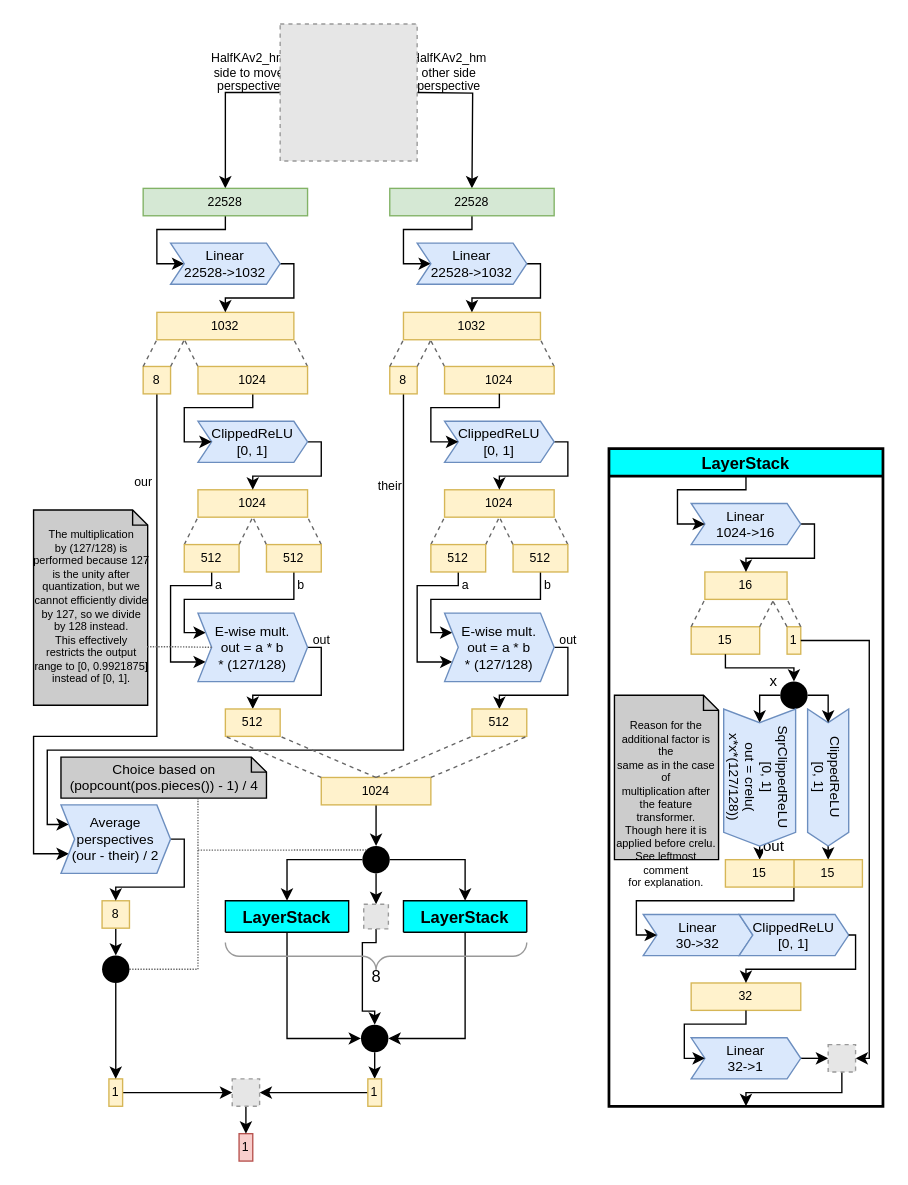
official-stockfish/nnue-pytorch keeps this draw.io diagram as docs/img/SFNNv5_architecture.drawio. Above is the earlier version. Source tidied: cells renumbered, new cells numbered last; positions are measured from the earlier drawing's top-left corner, leaving out a move shared by most shapes. Both pictures are drawn from the tidied source at 137%, with x=0, y=0 at pixel (29, 23). Pictures stored in the file or linked from it are replaced by grey dashed boxes.
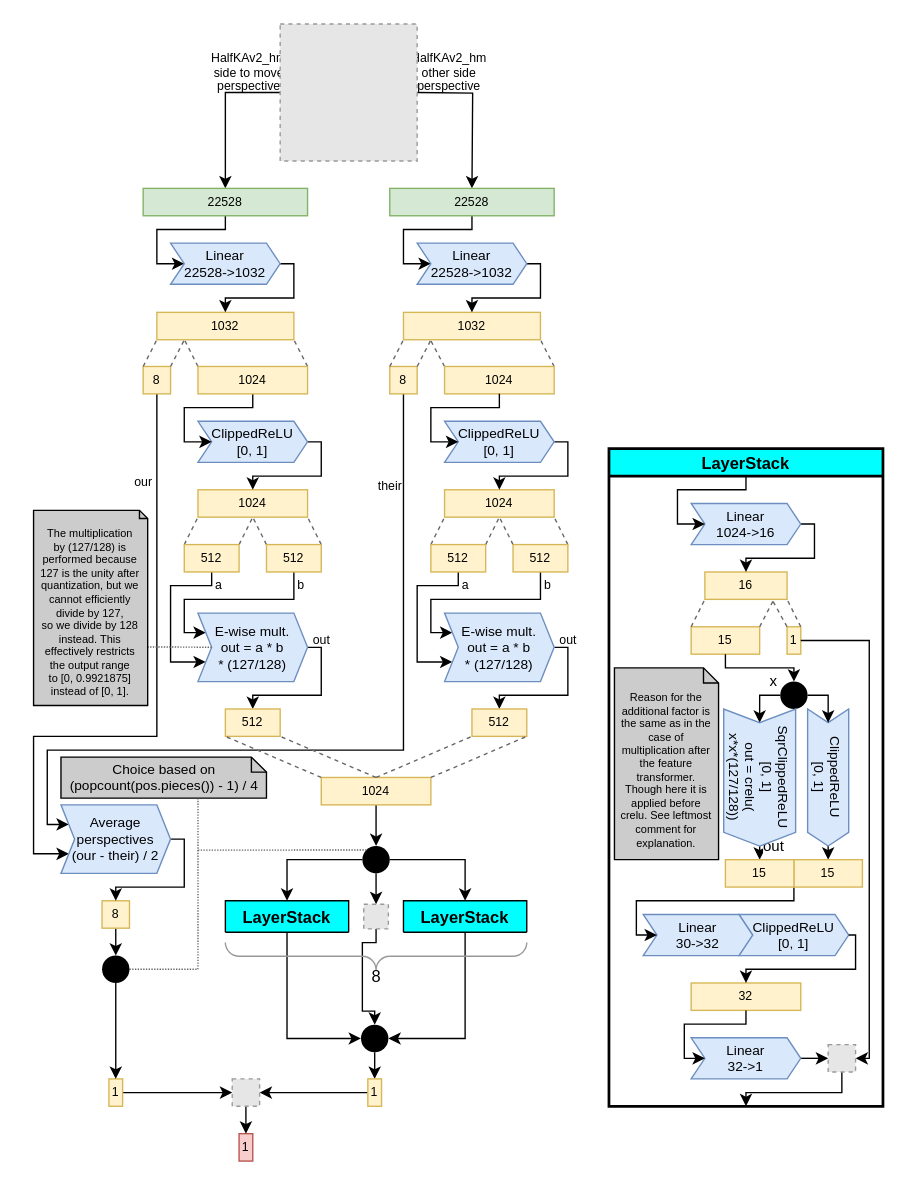
After the change.

Unchanged cells that the change refers to:
```xml
<mxCell id="100" value="LayerStack" style="swimlane;rounded=0;shadow=0;glass=0;sketch=0;fontSize=12;gradientColor=none;align=center;labelBackgroundColor=none;labelBorderColor=none;fillColor=#00FFFF;startSize=20;strokeWidth=2;" parent="1" vertex="1">
  <mxGeometry x="423" y="310" width="200" height="480" as="geometry" />
</mxCell>
```

Change to the diagram source:
```diff
@@
-    <mxCell id="50" style="group;imageAspect=1;labelBorderColor=none;labelBackgroundColor=none;fontFamily=Verdana;fontStyle=0;" parent="1" vertex="1">
+    <mxCell id="50" style="group;imageAspect=1;labelBorderColor=none;labelBackgroundColor=none;fontFamily=Verdana;fontStyle=0;fontSize=12;" parent="1" vertex="1">
       <mxGeometry x="23" y="532" width="180" height="40" as="geometry" />
     </mxCell>
@@
-    <mxCell id="77" style="group;imageAspect=1;labelBorderColor=none;labelBackgroundColor=none;fontFamily=Verdana;fontStyle=0;" parent="1" vertex="1">
-      <mxGeometry x="3" y="340" width="157.2" height="190" as="geometry" />
-    </mxCell>
-    <mxCell id="78" style="shape=note2;boundedLbl=1;whiteSpace=wrap;html=1;size=11;verticalAlign=top;align=center;rounded=0;shadow=0;glass=0;labelBackgroundColor=none;sketch=0;fontSize=8;fillColor=#CCCCCC;gradientColor=none;" parent="77" vertex="1">
-      <mxGeometry y="14.8" width="83.3" height="142.5" as="geometry" />
-    </mxCell>
-    <mxCell id="79" value="&lt;div&gt;The multiplication &lt;br&gt;&lt;/div&gt;&lt;div&gt;by (127/128) is &lt;br&gt;&lt;/div&gt;&lt;div&gt;performed because 127&lt;/div&gt;&lt;div&gt;is the unity after&lt;/div&gt;&lt;div&gt;quantization, but we&lt;/div&gt;&lt;div&gt;cannot efficiently divide &lt;br&gt;&lt;/div&gt;&lt;div&gt;by 127, so we divide &lt;br&gt;&lt;/div&gt;&lt;div&gt;by 128 instead.&lt;/div&gt;&lt;div&gt;This effectively &lt;br&gt;&lt;/div&gt;&lt;div&gt;restricts the output &lt;br&gt;&lt;/div&gt;&lt;div&gt;range to [0, 0.9921875] &lt;br&gt;&lt;/div&gt;&lt;div&gt;instead of [0, 1].&lt;br&gt;&lt;/div&gt;" style="text;html=1;align=center;verticalAlign=middle;strokeColor=none;fontSize=8;fontFamily=Helvetica;" parent="77" vertex="1">
-      <mxGeometry x="-3.3" y="21.1" width="90" height="130" as="geometry" />
-    </mxCell>
@@
-    <mxCell id="131" value="Reason for the &lt;br&gt;&lt;div&gt;additional factor is the &lt;br&gt;same as in the case of &lt;br&gt;&lt;/div&gt;&lt;div&gt;multiplication after &lt;br&gt;&lt;/div&gt;&lt;div&gt;the feature transformer. &lt;br&gt;Though here it is applied before crelu.&lt;br&gt;&lt;/div&gt;&lt;div&gt;See leftmost comment &lt;br&gt;&lt;/div&gt;&lt;div&gt;for explanation.&lt;br&gt;&lt;/div&gt;" style="shape=note2;boundedLbl=1;whiteSpace=wrap;html=1;size=11;verticalAlign=top;align=center;rounded=0;shadow=0;glass=0;labelBackgroundColor=none;sketch=0;fontSize=8;fillColor=#CCCCCC;gradientColor=none;" parent="100" vertex="1">
-      <mxGeometry x="4" y="180" width="76" height="120" as="geometry" />
+    <mxCell id="131" value="Reason for the &lt;br style=&quot;font-size: 8px;&quot;&gt;&lt;div style=&quot;font-size: 8px;&quot;&gt;additional factor is &lt;br style=&quot;font-size: 8px;&quot;&gt;the same as in the case of &lt;br style=&quot;font-size: 8px;&quot;&gt;&lt;/div&gt;&lt;div style=&quot;font-size: 8px;&quot;&gt;multiplication after &lt;br style=&quot;font-size: 8px;&quot;&gt;&lt;/div&gt;&lt;div style=&quot;font-size: 8px;&quot;&gt;the feature &lt;br style=&quot;font-size: 8px;&quot;&gt;&lt;/div&gt;&lt;div style=&quot;font-size: 8px;&quot;&gt;transformer. &lt;br style=&quot;font-size: 8px;&quot;&gt;Though here it is applied before &lt;br style=&quot;font-size: 8px;&quot;&gt;&lt;/div&gt;&lt;div style=&quot;font-size: 8px;&quot;&gt;crelu. See leftmost &lt;br style=&quot;font-size: 8px;&quot;&gt;&lt;/div&gt;&lt;div style=&quot;font-size: 8px;&quot;&gt;comment for&lt;/div&gt;&lt;div style=&quot;font-size: 8px;&quot;&gt;explanation.&lt;br style=&quot;font-size: 8px;&quot;&gt;&lt;/div&gt;" style="shape=note2;boundedLbl=1;whiteSpace=wrap;html=1;size=11;verticalAlign=top;align=center;rounded=0;shadow=0;glass=0;labelBackgroundColor=none;sketch=0;fontSize=8;fillColor=#CCCCCC;gradientColor=none;" parent="100" vertex="1">
+      <mxGeometry x="4" y="160" width="76" height="140" as="geometry" />
     </mxCell>
@@
+    <mxCell id="78" value="The multiplication &lt;br style=&quot;font-size: 8px;&quot;&gt;&lt;div style=&quot;font-size: 8px;&quot;&gt;by (127/128) is &lt;br style=&quot;font-size: 8px;&quot;&gt;&lt;/div&gt;&lt;div style=&quot;font-size: 8px;&quot;&gt;performed because &lt;br style=&quot;font-size: 8px;&quot;&gt;127 is the unity after&lt;/div&gt;&lt;div style=&quot;font-size: 8px;&quot;&gt;quantization, but we&lt;/div&gt;&lt;div style=&quot;font-size: 8px;&quot;&gt;cannot efficiently &lt;br style=&quot;font-size: 8px;&quot;&gt;divide by 127, &lt;br style=&quot;font-size: 8px;&quot;&gt;so we divide by 128 instead. This &lt;br style=&quot;font-size: 8px;&quot;&gt;&lt;/div&gt;&lt;div style=&quot;font-size: 8px;&quot;&gt;effectively restricts &lt;br style=&quot;font-size: 8px;&quot;&gt;&lt;/div&gt;&lt;div style=&quot;font-size: 8px;&quot;&gt;the output range &lt;br style=&quot;font-size: 8px;&quot;&gt;&lt;/div&gt;&lt;div style=&quot;font-size: 8px;&quot;&gt;to [0, 0.9921875] &lt;br style=&quot;font-size: 8px;&quot;&gt;&lt;/div&gt;&lt;div style=&quot;font-size: 8px;&quot;&gt;instead of [0, 1].&lt;br style=&quot;font-size: 8px;&quot;&gt;&lt;/div&gt;&lt;br style=&quot;font-size: 8px;&quot;&gt;" style="shape=note2;boundedLbl=1;whiteSpace=wrap;html=1;size=6;verticalAlign=top;align=center;rounded=0;shadow=0;glass=0;labelBackgroundColor=none;sketch=0;fontSize=8;fillColor=#CCCCCC;gradientColor=none;fontFamily=Helvetica;" parent="1" vertex="1">
+      <mxGeometry x="3" y="355" width="83.3" height="142.5" as="geometry" />
+    </mxCell>
```
